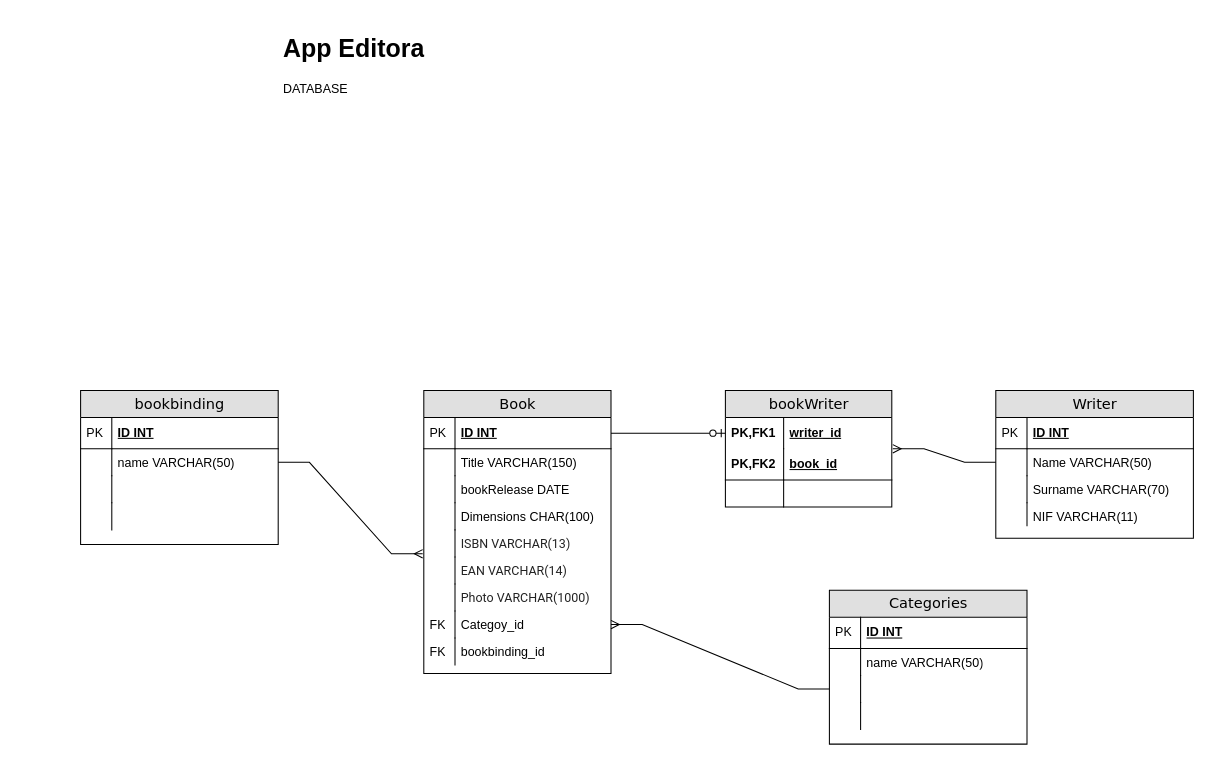
jonasnapoles/projectFinalDocs keeps this draw.io diagram as Untitled Diagram.drawio. Above is the earlier version. Source tidied: cells renumbered, new cells numbered last; positions are measured from the earlier drawing's top-left corner, leaving out a move shared by most shapes. Both pictures are drawn from the tidied source at 104%, with x=0, y=0 at pixel (80, 28).
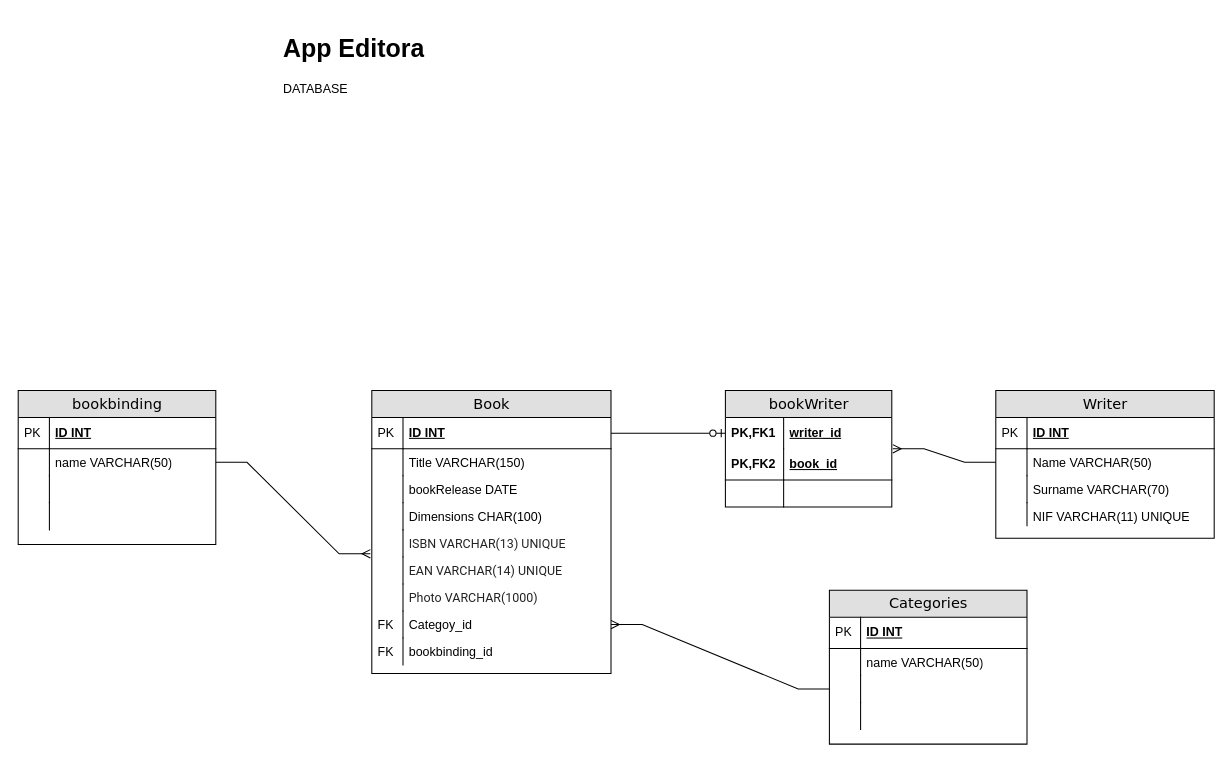
The same diagram, later.

The edit, as a diff of the source:
```diff
@@
     <mxCell id="9" value="Writer" style="swimlane;html=1;fontStyle=0;horizontal=1;startSize=26;fillColor=#e0e0e0;swimlaneFillColor=#ffffff;align=center;rounded=0;shadow=0;comic=0;labelBackgroundColor=none;strokeWidth=1;fontFamily=Verdana;fontSize=14;swimlaneLine=1;" parent="1" vertex="1">
-      <mxGeometry x="880" y="348" width="190" height="142" as="geometry" />
+      <mxGeometry x="880" y="348" width="210" height="142" as="geometry" />
     </mxCell>
     <mxCell id="10" value="ID INT" style="shape=partialRectangle;top=0;left=0;right=0;bottom=1;html=1;align=left;verticalAlign=middle;fillColor=none;spacingLeft=34;spacingRight=4;whiteSpace=wrap;overflow=hidden;fontStyle=5;" parent="9" vertex="1">
-      <mxGeometry y="26" width="190" height="30" as="geometry" />
+      <mxGeometry y="26" width="210" height="30" as="geometry" />
     </mxCell>
@@
     <mxCell id="12" value="Name VARCHAR(50)" style="shape=partialRectangle;top=0;left=0;right=0;bottom=0;html=1;align=left;verticalAlign=top;fillColor=none;spacingLeft=34;spacingRight=4;whiteSpace=wrap;overflow=hidden;points=[[0,0.5],[1,0.5]];portConstraint=eastwest;" parent="9" vertex="1">
-      <mxGeometry y="56" width="190" height="26" as="geometry" />
+      <mxGeometry y="56" width="210" height="26" as="geometry" />
     </mxCell>
@@
     <mxCell id="14" value="Surname VARCHAR(70)" style="shape=partialRectangle;top=0;left=0;right=0;bottom=0;html=1;align=left;verticalAlign=top;fillColor=none;spacingLeft=34;spacingRight=4;whiteSpace=wrap;overflow=hidden;" parent="9" vertex="1">
-      <mxGeometry y="82" width="190" height="26" as="geometry" />
+      <mxGeometry y="82" width="210" height="26" as="geometry" />
     </mxCell>
@@
-    <mxCell id="16" value="NIF VARCHAR(11)" style="shape=partialRectangle;top=0;left=0;right=0;bottom=0;html=1;align=left;verticalAlign=top;fillColor=none;spacingLeft=34;spacingRight=4;whiteSpace=wrap;overflow=hidden;" parent="9" vertex="1">
-      <mxGeometry y="108" width="190" height="22" as="geometry" />
+    <mxCell id="16" value="NIF VARCHAR(11) UNIQUE" style="shape=partialRectangle;top=0;left=0;right=0;bottom=0;html=1;align=left;verticalAlign=top;fillColor=none;spacingLeft=34;spacingRight=4;whiteSpace=wrap;overflow=hidden;" parent="9" vertex="1">
+      <mxGeometry y="108" width="210" height="22" as="geometry" />
     </mxCell>
@@
     <mxCell id="18" value="Book" style="swimlane;html=1;fontStyle=0;horizontal=1;startSize=26;fillColor=#e0e0e0;swimlaneFillColor=#ffffff;align=center;rounded=0;shadow=0;comic=0;labelBackgroundColor=none;strokeWidth=1;fontFamily=Verdana;fontSize=14;" parent="1" vertex="1">
-      <mxGeometry x="330" y="348" width="180" height="272" as="geometry" />
+      <mxGeometry x="280" y="348" width="230" height="272" as="geometry" />
     </mxCell>
     <mxCell id="19" value="ID INT" style="shape=partialRectangle;top=0;left=0;right=0;bottom=1;html=1;align=left;verticalAlign=middle;fillColor=none;spacingLeft=34;spacingRight=4;whiteSpace=wrap;overflow=hidden;fontStyle=5;" parent="18" vertex="1">
-      <mxGeometry y="26" width="180" height="30" as="geometry" />
+      <mxGeometry y="26" width="230" height="30" as="geometry" />
     </mxCell>
@@
-    <mxCell id="21" value="Title VARCHAR(150)" style="shape=partialRectangle;top=0;left=0;right=0;bottom=0;html=1;align=left;verticalAlign=top;fillColor=none;spacingLeft=34;spacingRight=4;whiteSpace=wrap;overflow=hidden;" parent="18" vertex="1">
-      <mxGeometry y="56" width="180" height="26" as="geometry" />
+    <mxCell id="21" value="Title VARCHAR(150)&amp;nbsp;" style="shape=partialRectangle;top=0;left=0;right=0;bottom=0;html=1;align=left;verticalAlign=top;fillColor=none;spacingLeft=34;spacingRight=4;whiteSpace=wrap;overflow=hidden;" parent="18" vertex="1">
+      <mxGeometry y="56" width="230" height="26" as="geometry" />
     </mxCell>
@@
-    <mxCell id="23" value="bookRelease DATE&lt;br&gt;" style="shape=partialRectangle;top=0;left=0;right=0;bottom=0;html=1;align=left;verticalAlign=top;fillColor=none;spacingLeft=34;spacingRight=4;whiteSpace=wrap;overflow=hidden;" parent="18" vertex="1">
-      <mxGeometry y="82" width="180" height="26" as="geometry" />
+    <mxCell id="23" value="bookRelease DATE&amp;nbsp;" style="shape=partialRectangle;top=0;left=0;right=0;bottom=0;html=1;align=left;verticalAlign=top;fillColor=none;spacingLeft=34;spacingRight=4;whiteSpace=wrap;overflow=hidden;" parent="18" vertex="1">
+      <mxGeometry y="82" width="230" height="26" as="geometry" />
     </mxCell>
@@
     <mxCell id="25" value="Dimensions CHAR(100)" style="shape=partialRectangle;top=0;left=0;right=0;bottom=0;html=1;align=left;verticalAlign=top;fillColor=none;spacingLeft=34;spacingRight=4;whiteSpace=wrap;overflow=hidden;" parent="18" vertex="1">
-      <mxGeometry y="108" width="180" height="26" as="geometry" />
+      <mxGeometry y="108" width="230" height="26" as="geometry" />
     </mxCell>
@@
-    <mxCell id="27" value="&lt;span style=&quot;color: rgb(35 , 35 , 35) ; font-family: &amp;#34;roboto&amp;#34; , &amp;#34;arial&amp;#34; , &amp;#34;helvetica&amp;#34; , &amp;#34;tahoma&amp;#34; , sans-serif ; background-color: rgb(255 , 255 , 255)&quot;&gt;&lt;font style=&quot;font-size: 12px&quot;&gt;ISBN VARCHAR(13)&lt;/font&gt;&lt;/span&gt;" style="shape=partialRectangle;top=0;left=0;right=0;bottom=0;html=1;align=left;verticalAlign=top;fillColor=none;spacingLeft=34;spacingRight=4;whiteSpace=wrap;overflow=hidden;points=[[0,0.5],[1,0.5]];portConstraint=eastwest;" parent="18" vertex="1">
-      <mxGeometry y="134" width="180" height="26" as="geometry" />
+    <mxCell id="27" value="&lt;span style=&quot;color: rgb(35 , 35 , 35) ; font-family: &amp;#34;roboto&amp;#34; , &amp;#34;arial&amp;#34; , &amp;#34;helvetica&amp;#34; , &amp;#34;tahoma&amp;#34; , sans-serif ; background-color: rgb(255 , 255 , 255)&quot;&gt;&lt;font style=&quot;font-size: 12px&quot;&gt;ISBN VARCHAR(13) UNIQUE&lt;/font&gt;&lt;/span&gt;" style="shape=partialRectangle;top=0;left=0;right=0;bottom=0;html=1;align=left;verticalAlign=top;fillColor=none;spacingLeft=34;spacingRight=4;whiteSpace=wrap;overflow=hidden;points=[[0,0.5],[1,0.5]];portConstraint=eastwest;" parent="18" vertex="1">
+      <mxGeometry y="134" width="230" height="26" as="geometry" />
     </mxCell>
@@
-    <mxCell id="29" value="&lt;font style=&quot;font-size: 12px&quot;&gt;&lt;span style=&quot;color: rgb(35 , 35 , 35) ; font-family: &amp;#34;roboto&amp;#34; , &amp;#34;arial&amp;#34; , &amp;#34;helvetica&amp;#34; , &amp;#34;tahoma&amp;#34; , sans-serif ; background-color: rgb(255 , 255 , 255)&quot;&gt;EAN&lt;/span&gt;&lt;span style=&quot;color: rgb(35 , 35 , 35) ; font-family: &amp;#34;roboto&amp;#34; , &amp;#34;arial&amp;#34; , &amp;#34;helvetica&amp;#34; , &amp;#34;tahoma&amp;#34; , sans-serif ; background-color: rgb(255 , 255 , 255)&quot;&gt;&lt;font&gt;&amp;nbsp;VARCHAR(14)&lt;/font&gt;&lt;/span&gt;&lt;/font&gt;" style="shape=partialRectangle;top=0;left=0;right=0;bottom=0;html=1;align=left;verticalAlign=top;fillColor=none;spacingLeft=34;spacingRight=4;whiteSpace=wrap;overflow=hidden;" parent="18" vertex="1">
-      <mxGeometry y="160" width="180" height="26" as="geometry" />
+    <mxCell id="29" value="&lt;font style=&quot;font-size: 12px&quot;&gt;&lt;span style=&quot;color: rgb(35 , 35 , 35) ; font-family: &amp;#34;roboto&amp;#34; , &amp;#34;arial&amp;#34; , &amp;#34;helvetica&amp;#34; , &amp;#34;tahoma&amp;#34; , sans-serif ; background-color: rgb(255 , 255 , 255)&quot;&gt;EAN&lt;/span&gt;&lt;span style=&quot;color: rgb(35 , 35 , 35) ; font-family: &amp;#34;roboto&amp;#34; , &amp;#34;arial&amp;#34; , &amp;#34;helvetica&amp;#34; , &amp;#34;tahoma&amp;#34; , sans-serif ; background-color: rgb(255 , 255 , 255)&quot;&gt;&lt;font&gt;&amp;nbsp;VARCHAR(14) UNIQUE&lt;/font&gt;&lt;/span&gt;&lt;/font&gt;" style="shape=partialRectangle;top=0;left=0;right=0;bottom=0;html=1;align=left;verticalAlign=top;fillColor=none;spacingLeft=34;spacingRight=4;whiteSpace=wrap;overflow=hidden;" parent="18" vertex="1">
+      <mxGeometry y="160" width="230" height="26" as="geometry" />
     </mxCell>
@@
     <mxCell id="31" value="&lt;font style=&quot;font-size: 12px&quot;&gt;&lt;span style=&quot;color: rgb(35 , 35 , 35) ; font-family: &amp;#34;roboto&amp;#34; , &amp;#34;arial&amp;#34; , &amp;#34;helvetica&amp;#34; , &amp;#34;tahoma&amp;#34; , sans-serif ; background-color: rgb(255 , 255 , 255)&quot;&gt;&lt;font&gt;Photo VARCHAR(1000)&lt;/font&gt;&lt;/span&gt;&lt;/font&gt;" style="shape=partialRectangle;top=0;left=0;right=0;bottom=0;html=1;align=left;verticalAlign=top;fillColor=none;spacingLeft=34;spacingRight=4;whiteSpace=wrap;overflow=hidden;" parent="18" vertex="1">
-      <mxGeometry y="186" width="180" height="26" as="geometry" />
+      <mxGeometry y="186" width="230" height="26" as="geometry" />
     </mxCell>
@@
     <mxCell id="33" value="Categoy_id" style="shape=partialRectangle;top=0;left=0;right=0;bottom=0;html=1;align=left;verticalAlign=top;fillColor=none;spacingLeft=34;spacingRight=4;whiteSpace=wrap;overflow=hidden;points=[[0,0.5],[1,0.5]];portConstraint=eastwest;" parent="18" vertex="1">
-      <mxGeometry y="212" width="180" height="26" as="geometry" />
+      <mxGeometry y="212" width="230" height="26" as="geometry" />
     </mxCell>
@@
     <mxCell id="35" value="bookbinding_id" style="shape=partialRectangle;top=0;left=0;right=0;bottom=0;html=1;align=left;verticalAlign=top;fillColor=none;spacingLeft=34;spacingRight=4;whiteSpace=wrap;overflow=hidden;" parent="18" vertex="1">
-      <mxGeometry y="238" width="180" height="26" as="geometry" />
+      <mxGeometry y="238" width="230" height="26" as="geometry" />
     </mxCell>
@@
     <mxCell id="39" value="bookbinding" style="swimlane;html=1;fontStyle=0;horizontal=1;startSize=26;fillColor=#e0e0e0;swimlaneFillColor=#ffffff;align=center;rounded=0;shadow=0;comic=0;labelBackgroundColor=none;strokeWidth=1;fontFamily=Verdana;fontSize=14;swimlaneLine=1;" parent="1" vertex="1">
-      <mxGeometry y="348" width="190" height="148" as="geometry" />
+      <mxGeometry x="-60" y="348" width="190" height="148" as="geometry" />
     </mxCell>
```
